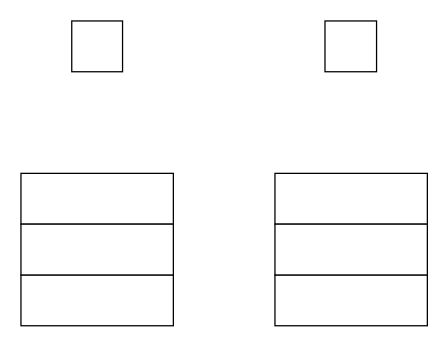
The draw.io diagram TC2LINK/SendReceiveReply_Get.drawio in BEYHHH/SBLP, before the edit. Source tidied: cells renumbered, new cells numbered last; positions are measured from the earlier drawing's top-left corner, leaving out a move shared by most shapes. Both pictures are drawn from the tidied source at 127%, with x=0, y=0 at pixel (20, 20).
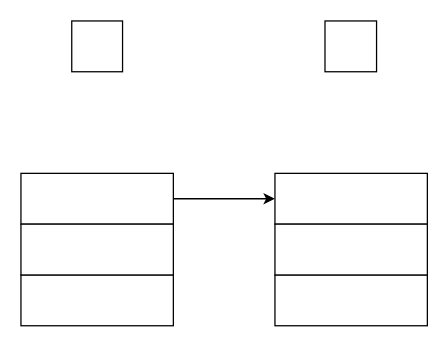
The same diagram, later.

What changed in the source:
```diff
@@
 <mxGraphModel>
   <root>
     <mxCell id="0" />
     <mxCell id="1" parent="0" />
     <mxCell id="2" style="rounded=0;whiteSpace=wrap;html=1;" parent="1" vertex="1">
       <mxGeometry y="200" width="120" height="40" as="geometry" />
     </mxCell>
     <mxCell id="3" style="rounded=0;whiteSpace=wrap;html=1;" parent="1" vertex="1">
       <mxGeometry x="200" y="200" width="120" height="40" as="geometry" />
     </mxCell>
     <mxCell id="4" style="rounded=0;whiteSpace=wrap;html=1;" parent="1" vertex="1">
       <mxGeometry x="200" y="120" width="120" height="40" as="geometry" />
     </mxCell>
     <mxCell id="5" style="rounded=0;whiteSpace=wrap;html=1;" parent="1" vertex="1">
       <mxGeometry x="200" y="160" width="120" height="40" as="geometry" />
     </mxCell>
     <mxCell id="6" style="rounded=0;whiteSpace=wrap;html=1;" parent="1" vertex="1">
       <mxGeometry y="120" width="120" height="40" as="geometry" />
     </mxCell>
     <mxCell id="7" style="rounded=0;whiteSpace=wrap;html=1;" parent="1" vertex="1">
       <mxGeometry y="160" width="120" height="40" as="geometry" />
     </mxCell>
     <mxCell id="8" style="rounded=0;whiteSpace=wrap;html=1;" parent="1" vertex="1">
       <mxGeometry x="40" width="40" height="40" as="geometry" />
     </mxCell>
     <mxCell id="9" style="rounded=0;whiteSpace=wrap;html=1;" parent="1" vertex="1">
       <mxGeometry x="239.4" width="40.6" height="40" as="geometry" />
     </mxCell>
+    <mxCell id="10" style="endArrow=classic;html=1;rounded=0;entryX=0;entryY=0.5;entryDx=0;entryDy=0;" parent="1" edge="1" source="6" target="4">
+      <mxGeometry relative="1" as="geometry" />
+    </mxCell>
   </root>
 </mxGraphModel>
```
